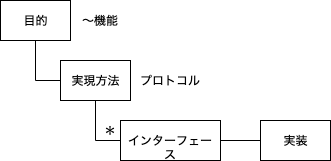
sasachichito/knowledge keeps this draw.io diagram as picture/ネットワーク階層モデル.png. Above is the earlier version. Source tidied: cells renumbered, new cells last; positions are measured from the earlier drawing's top-left corner, leaving out a move shared by most shapes.
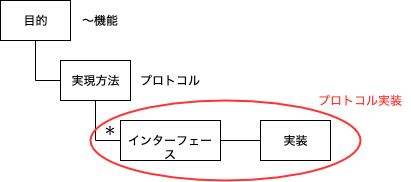
The same diagram one commit later.

Commit message:
追加された ネットワーク階層モデル.png

Diff of the diagram source:
```diff
@@ -40,5 +40,11 @@
     <mxCell id="11" value="プロトコル" style="text;html=1;align=center;verticalAlign=middle;" parent="1" vertex="1">
       <mxGeometry x="130" y="70" width="80" height="20" as="geometry" />
     </mxCell>
+    <mxCell id="12" style="ellipse;whiteSpace=wrap;html=1;fillColor=none;strokeColor=#FF3333;strokeWidth=2;" parent="1" vertex="1">
+      <mxGeometry x="90" y="100" width="270" height="80" as="geometry" />
+    </mxCell>
+    <mxCell id="13" value="&lt;font color=&quot;#ff3333&quot;&gt;プロトコル実装&lt;/font&gt;" style="text;html=1;align=center;verticalAlign=middle;" parent="1" vertex="1">
+      <mxGeometry x="310" y="90" width="100" height="20" as="geometry" />
+    </mxCell>
   </root>
 </mxGraphModel>
```
